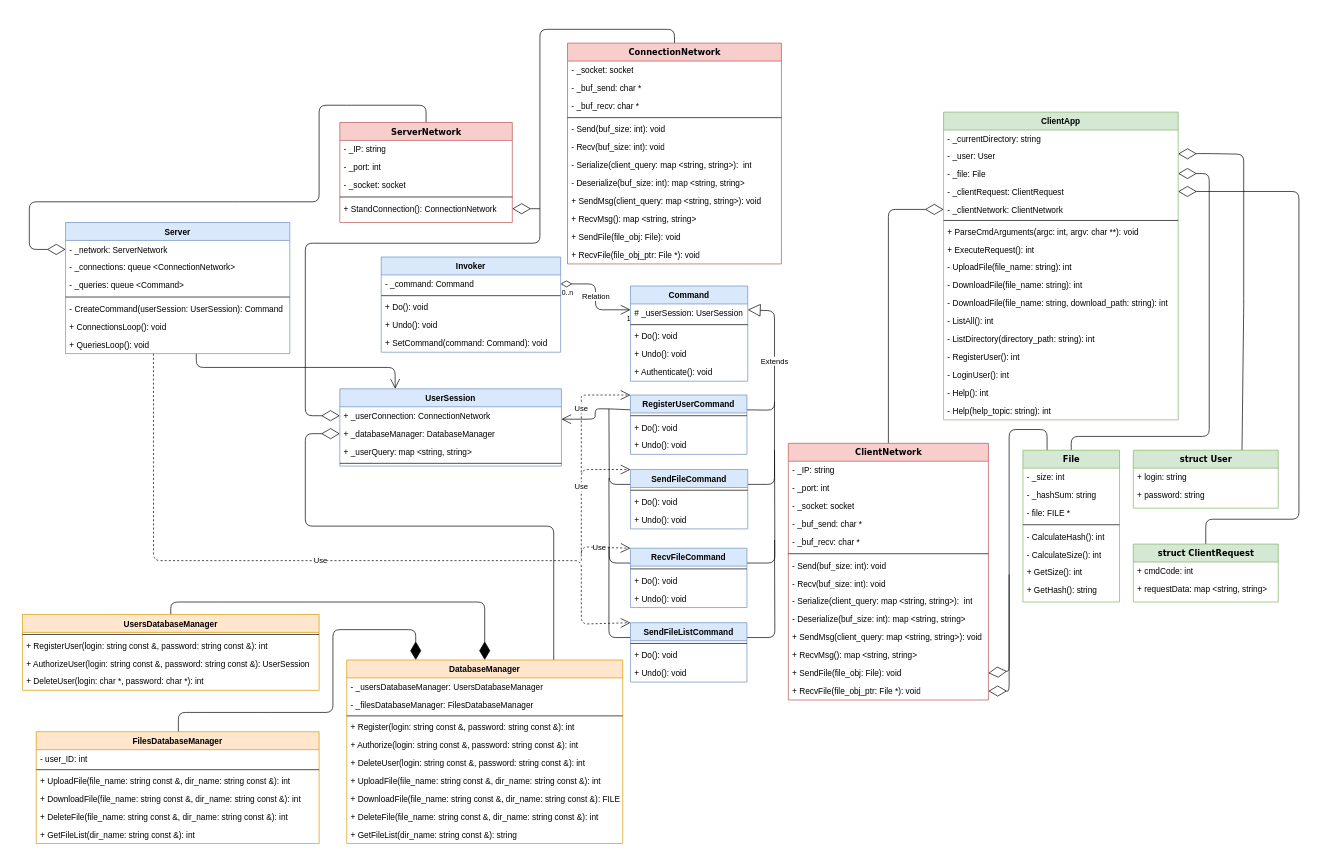
Earlier version of the draw.io diagram uml.drawio (SmailD35/ScreamerCloud). Source tidied: cells renumbered, new cells numbered last; positions are measured from the earlier drawing's top-left corner, leaving out a move shared by most shapes. Both pictures are drawn from the tidied source at 69%, with x=0, y=0 at pixel (22, 29).
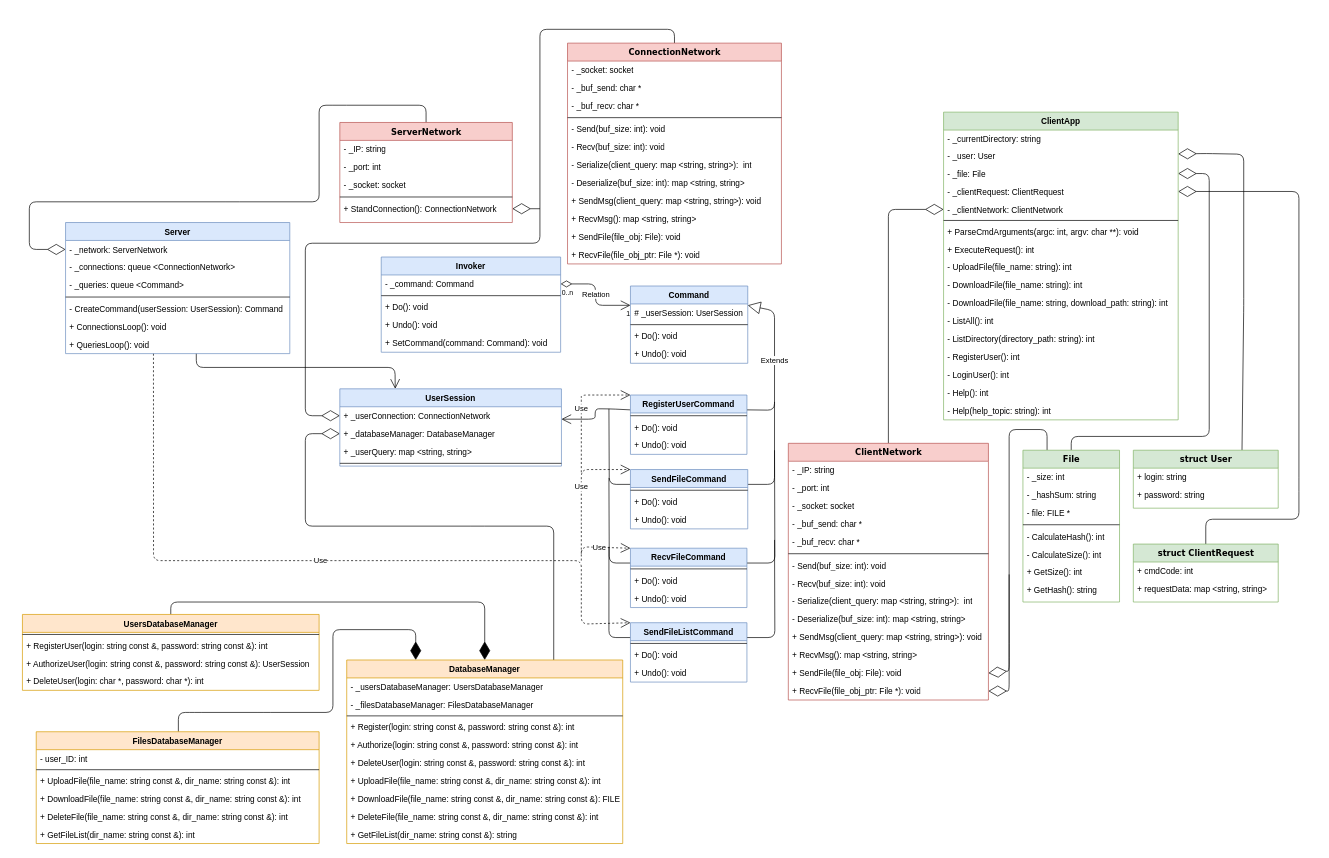
The same diagram, later.

Commit message:
Изменил диаграмму

Change to the diagram source:
```diff
@@
     <mxCell id="60" value="Command" style="swimlane;fontStyle=1;align=center;verticalAlign=top;horizontal=1;startSize=26;fillColor=#dae8fc;strokeColor=#6c8ebf;" parent="1" vertex="1">
-      <mxGeometry x="881.2" y="372" width="170" height="138" as="geometry" />
+      <mxGeometry x="881.2" y="372" width="170" height="112" as="geometry" />
     </mxCell>
@@
-    <mxCell id="65" value="+ Authenticate(): void" style="text;strokeColor=none;fillColor=none;align=left;verticalAlign=top;spacingLeft=4;spacingRight=4;overflow=hidden;" parent="60" vertex="1">
-      <mxGeometry y="112" width="170" height="26" as="geometry" />
-    </mxCell>
```
